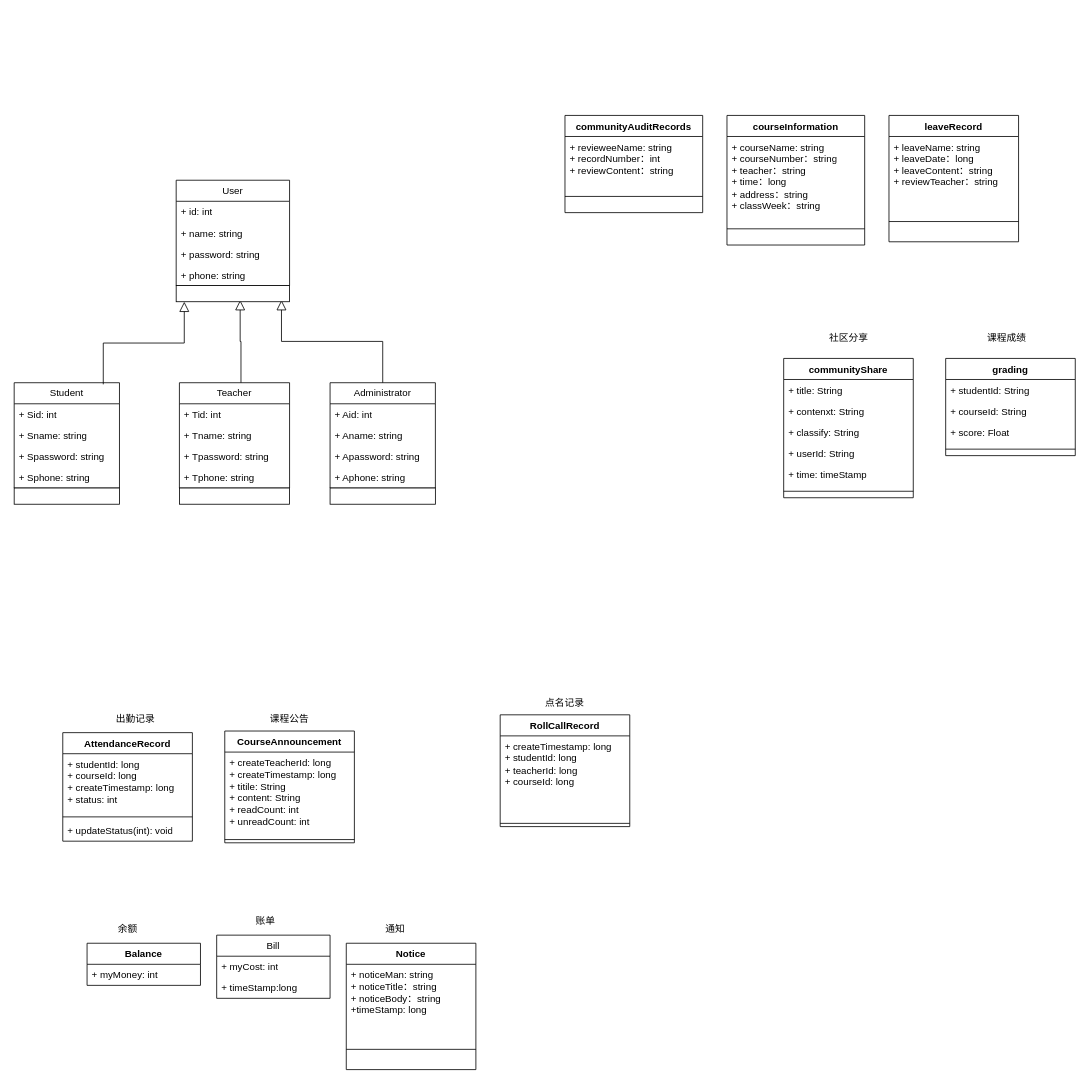
Before: 类图.drawio in Huangzhu-zhu/-, a draw.io diagram. Source tidied: cells renumbered, new cells numbered last; positions are measured from the earlier drawing's top-left corner, leaving out a move shared by most shapes. Both pictures are drawn from the tidied source at 81%, with x=0, y=0 at pixel (14, 115).
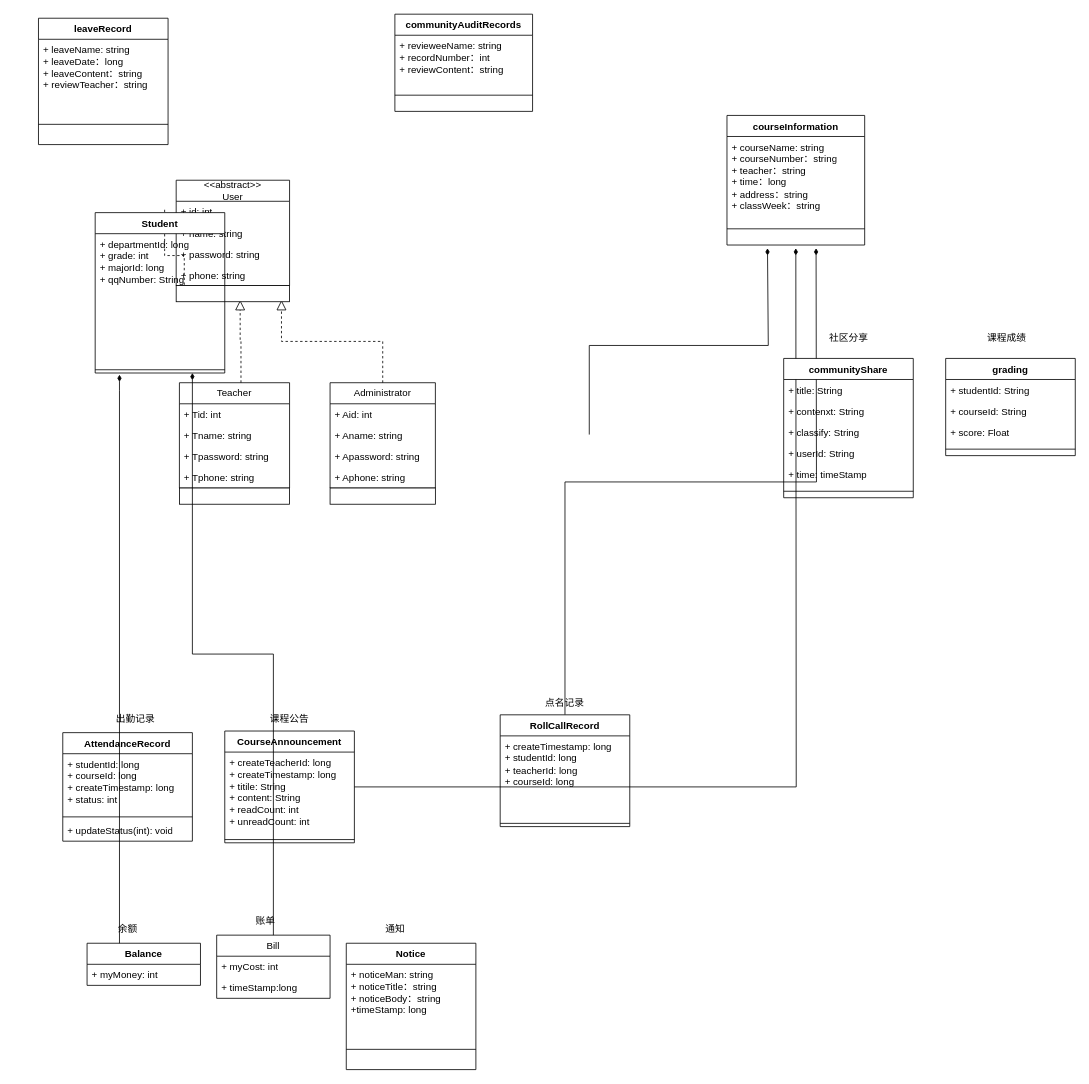
The same page after the edit.

The change refers to these unchanged cells:
```xml
<mxCell id="12" value="CourseAnnouncement" style="swimlane;fontStyle=1;align=center;verticalAlign=top;horizontal=1;startSize=26;whiteSpace=wrap;html=1;" parent="1" vertex="1">
  <mxGeometry x="260" y="760" width="160" height="138" as="geometry" />
</mxCell>
<mxCell id="18" value="&lt;b&gt;Balance&lt;/b&gt;" style="swimlane;fontStyle=0;horizontal=1;startSize=26;fillColor=none;whiteSpace=wrap;html=1;" parent="1" vertex="1">
  <mxGeometry x="90" y="1022" width="140" height="52" as="geometry" />
</mxCell>
<mxCell id="20" value="RollCallRecord" style="swimlane;fontStyle=1;align=center;verticalAlign=top;horizontal=1;startSize=26;whiteSpace=wrap;html=1;" parent="1" vertex="1">
  <mxGeometry x="600" y="740" width="160" height="138" as="geometry" />
</mxCell>
<mxCell id="23" value="Bill" style="swimlane;fontStyle=0;horizontal=1;startSize=26;fillColor=none;whiteSpace=wrap;html=1;" parent="1" vertex="1">
  <mxGeometry x="250" y="1012" width="140" height="78" as="geometry" />
</mxCell>
<mxCell id="62" value="Administrator" style="swimlane;fontStyle=0;horizontal=1;startSize=26;fillColor=none;whiteSpace=wrap;html=1;" parent="1" vertex="1">
  <mxGeometry x="390" y="330" width="130" height="130" as="geometry" />
</mxCell>
```

Diff of the diagram source:
```diff
@@
     <mxCell id="2" value="communityAuditRecords" style="swimlane;fontStyle=1;align=center;verticalAlign=top;horizontal=1;startSize=26;whiteSpace=wrap;html=1;" parent="1" vertex="1">
-      <mxGeometry x="680" width="170" height="120" as="geometry" />
+      <mxGeometry x="470" y="-125" width="170" height="120" as="geometry" />
     </mxCell>
@@
+    <mxCell id="77" style="edgeStyle=orthogonalEdgeStyle;rounded=0;orthogonalLoop=1;jettySize=auto;html=1;endArrow=diamondThin;endFill=1;" parent="1" edge="1">
+      <mxGeometry relative="1" as="geometry">
+        <mxPoint x="710" y="394" as="sourcePoint" />
+        <mxPoint x="930" y="164" as="targetPoint" />
+        <Array as="points">
+          <mxPoint x="710" y="284" />
+          <mxPoint x="931" y="284" />
+          <mxPoint x="931" y="164" />
+        </Array>
+      </mxGeometry>
+    </mxCell>
@@
+    <mxCell id="78" style="edgeStyle=orthogonalEdgeStyle;rounded=0;jettySize=auto;html=1;entryX=0.5;entryY=1;entryDx=0;entryDy=0;endArrow=diamondThin;endFill=1;" parent="1" edge="1" source="12">
+      <mxGeometry relative="1" as="geometry">
+        <mxPoint x="965" y="164" as="targetPoint" />
+      </mxGeometry>
+    </mxCell>
@@
     <mxCell id="15" value="leaveRecord" style="swimlane;fontStyle=1;align=center;verticalAlign=top;horizontal=1;startSize=26;whiteSpace=wrap;html=1;" parent="1" vertex="1">
-      <mxGeometry x="1080" width="160" height="156" as="geometry" />
+      <mxGeometry x="30" y="-120" width="160" height="156" as="geometry" />
     </mxCell>
@@
+    <mxCell id="79" style="edgeStyle=orthogonalEdgeStyle;rounded=0;jettySize=auto;html=1;endArrow=diamondThin;endFill=1;" parent="1" edge="1" source="18">
+      <mxGeometry relative="1" as="geometry">
+        <mxPoint x="130" y="320" as="targetPoint" />
+        <Array as="points">
+          <mxPoint x="130" y="340" />
+          <mxPoint x="130" y="340" />
+        </Array>
+      </mxGeometry>
+    </mxCell>
@@
+    <mxCell id="80" style="edgeStyle=orthogonalEdgeStyle;rounded=0;jettySize=auto;html=1;endArrow=diamondThin;endFill=1;exitX=0.5;exitY=0;exitDx=0;exitDy=0;" parent="1" edge="1" source="20">
+      <mxGeometry relative="1" as="geometry">
+        <mxPoint x="990" y="164" as="targetPoint" />
+      </mxGeometry>
+    </mxCell>
@@
-    <mxCell id="49" style="endArrow=block;endSize=10;endFill=0;shadow=0;strokeWidth=1;rounded=0;edgeStyle=elbowEdgeStyle;elbow=vertical;" parent="1" edge="1">
+    <mxCell id="49" style="endArrow=block;endSize=10;endFill=0;shadow=0;strokeWidth=1;rounded=0;edgeStyle=elbowEdgeStyle;elbow=vertical;dashed=1;exitX=0.536;exitY=-0.018;exitDx=0;exitDy=0;exitPerimeter=0;" parent="1" edge="1" source="56">
       <mxGeometry relative="1" as="geometry">
-        <mxPoint x="110" y="332" as="sourcePoint" />
         <mxPoint x="210" y="230" as="targetPoint" />
       </mxGeometry>
     </mxCell>
-    <mxCell id="50" style="endArrow=block;endSize=10;endFill=0;shadow=0;strokeWidth=1;rounded=0;edgeStyle=elbowEdgeStyle;elbow=vertical;" parent="1" edge="1" source="62">
+    <mxCell id="50" style="endArrow=block;endSize=10;endFill=0;shadow=0;strokeWidth=1;rounded=0;edgeStyle=elbowEdgeStyle;elbow=vertical;dashed=1;" parent="1" edge="1" source="62">
       <mxGeometry relative="1" as="geometry">
         <mxPoint x="330" y="228" as="targetPoint" />
       </mxGeometry>
     </mxCell>
-    <mxCell id="51" value="User" style="swimlane;fontStyle=0;horizontal=1;startSize=26;fillColor=none;whiteSpace=wrap;html=1;" parent="1" vertex="1">
+    <mxCell id="51" value="&amp;lt;&amp;lt;abstract&amp;gt;&amp;gt;&lt;br&gt;&lt;div&gt;User&lt;/div&gt;" style="swimlane;fontStyle=0;horizontal=1;startSize=26;fillColor=none;whiteSpace=wrap;html=1;" parent="1" vertex="1">
       <mxGeometry x="200" y="80" width="140" height="130" as="geometry" />
     </mxCell>
@@
-    <mxCell id="56" value="Student" style="swimlane;fontStyle=0;horizontal=1;startSize=26;fillColor=none;whiteSpace=wrap;html=1;" parent="1" vertex="1">
-      <mxGeometry y="330" width="130" height="130" as="geometry" />
-    </mxCell>
-    <mxCell id="57" value="+ Sid: int" style="text;strokeColor=none;fillColor=none;align=left;verticalAlign=top;spacingLeft=4;spacingRight=4;overflow=hidden;whiteSpace=wrap;html=1;" parent="56" vertex="1">
-      <mxGeometry y="26" width="130" height="26" as="geometry" />
-    </mxCell>
-    <mxCell id="58" value="+ Sname: string" style="text;strokeColor=none;fillColor=none;align=left;verticalAlign=top;spacingLeft=4;spacingRight=4;overflow=hidden;whiteSpace=wrap;html=1;" parent="56" vertex="1">
-      <mxGeometry y="52" width="130" height="26" as="geometry" />
-    </mxCell>
-    <mxCell id="59" value="+ Spassword: string" style="text;strokeColor=none;fillColor=none;align=left;verticalAlign=top;spacingLeft=4;spacingRight=4;overflow=hidden;whiteSpace=wrap;html=1;" parent="56" vertex="1">
-      <mxGeometry y="78" width="130" height="26" as="geometry" />
-    </mxCell>
-    <mxCell id="60" value="+ Sphone: string" style="text;strokeColor=none;fillColor=none;align=left;verticalAlign=top;spacingLeft=4;spacingRight=4;overflow=hidden;whiteSpace=wrap;html=1;" parent="56" vertex="1">
-      <mxGeometry y="104" width="130" height="26" as="geometry" />
-    </mxCell>
-    <mxCell id="61" style="endArrow=block;endSize=10;endFill=0;shadow=0;strokeWidth=1;rounded=0;edgeStyle=elbowEdgeStyle;elbow=vertical;" parent="1" edge="1" target="62">
+    <mxCell id="61" style="endArrow=block;endSize=10;endFill=0;shadow=0;strokeWidth=1;rounded=0;edgeStyle=elbowEdgeStyle;elbow=horizontal;" parent="1" edge="1" target="62">
       <mxGeometry relative="1" as="geometry">
         <mxPoint x="440" y="330" as="sourcePoint" />
       </mxGeometry>
     </mxCell>
@@
-    <mxCell id="67" style="endArrow=block;endSize=10;endFill=0;shadow=0;strokeWidth=1;rounded=0;edgeStyle=elbowEdgeStyle;elbow=vertical;" parent="1" edge="1">
+    <mxCell id="67" style="endArrow=block;endSize=10;endFill=0;shadow=0;strokeWidth=1;rounded=0;edgeStyle=elbowEdgeStyle;elbow=vertical;dashed=1;" parent="1" edge="1">
       <mxGeometry relative="1" as="geometry">
         <mxPoint x="280" y="330" as="sourcePoint" />
         <mxPoint x="279" y="228" as="targetPoint" />
       </mxGeometry>
     </mxCell>
@@
-    <mxCell id="73" style="rounded=0;whiteSpace=wrap;html=1;" parent="1" vertex="1">
-      <mxGeometry y="460" width="130" height="20" as="geometry" />
-    </mxCell>
@@
+    <mxCell id="56" value="Student" style="swimlane;fontStyle=1;align=center;verticalAlign=top;horizontal=1;startSize=26;whiteSpace=wrap;html=1;" parent="1" vertex="1">
+      <mxGeometry x="100" y="120" width="160" height="198" as="geometry" />
+    </mxCell>
+    <mxCell id="81" value="&lt;div&gt;+ departmentId: long&lt;/div&gt;&lt;div&gt;+ grade: int&lt;/div&gt;&lt;div&gt;+ majorId: long&lt;/div&gt;&lt;div&gt;+ qqNumber: String&lt;/div&gt;&lt;div&gt;&lt;br&gt;&lt;/div&gt;" style="text;strokeColor=none;fillColor=none;align=left;verticalAlign=top;spacingLeft=4;spacingRight=4;overflow=hidden;whiteSpace=wrap;html=1;" parent="56" vertex="1">
+      <mxGeometry y="26" width="160" height="164" as="geometry" />
+    </mxCell>
+    <mxCell id="82" style="line;strokeWidth=1;fillColor=none;align=left;verticalAlign=middle;spacingTop=-1;spacingLeft=3;spacingRight=3;labelPosition=right;strokeColor=inherit;" parent="56" vertex="1">
+      <mxGeometry y="190" width="160" height="8" as="geometry" />
+    </mxCell>
+    <mxCell id="83" style="edgeStyle=orthogonalEdgeStyle;rounded=0;jettySize=auto;html=1;entryX=0.75;entryY=1;entryDx=0;entryDy=0;endArrow=diamondThin;endFill=1;" parent="1" edge="1" source="23" target="56">
+      <mxGeometry relative="1" as="geometry" />
+    </mxCell>
```
